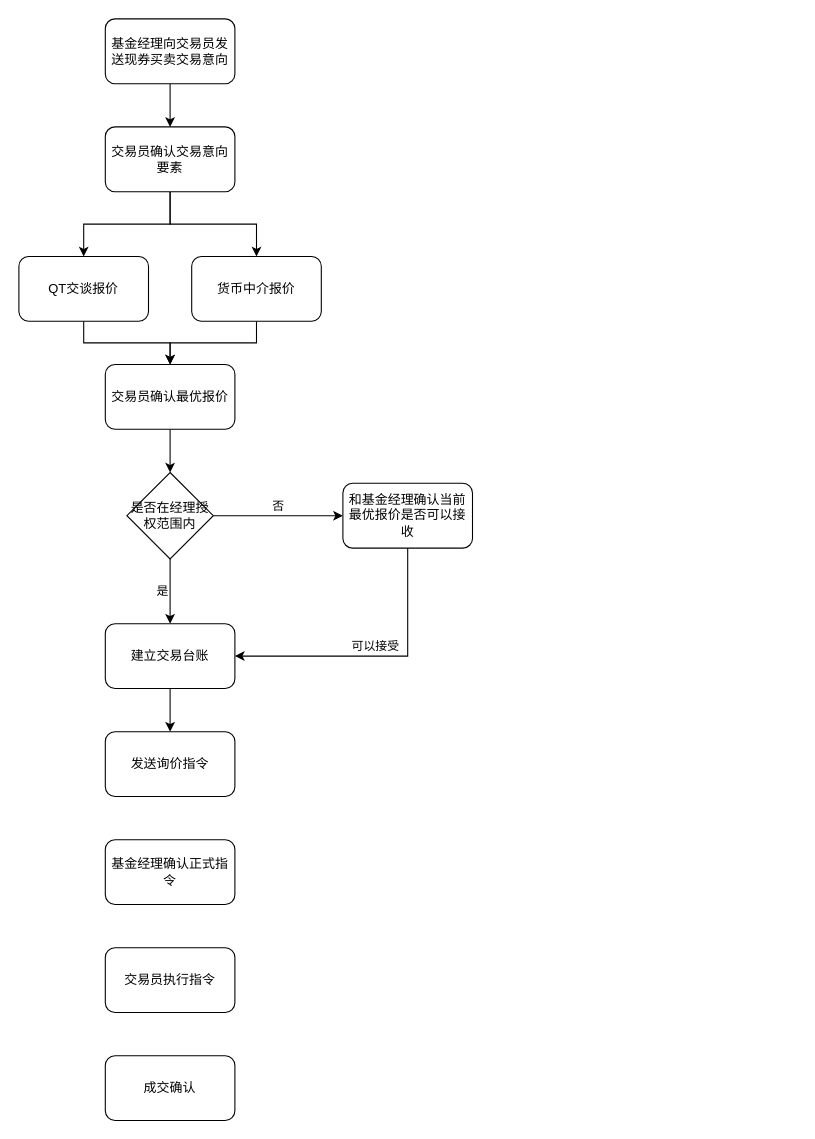
steven-turing/draw keeps this draw.io diagram as 现券交易流程图.drawio. Above is the earlier version. Source tidied: cells renumbered, new cells numbered last; positions are measured from the earlier drawing's top-left corner, leaving out a move shared by most shapes. Both pictures are drawn from the tidied source at 108%, with x=0, y=0 at pixel (18, 18).
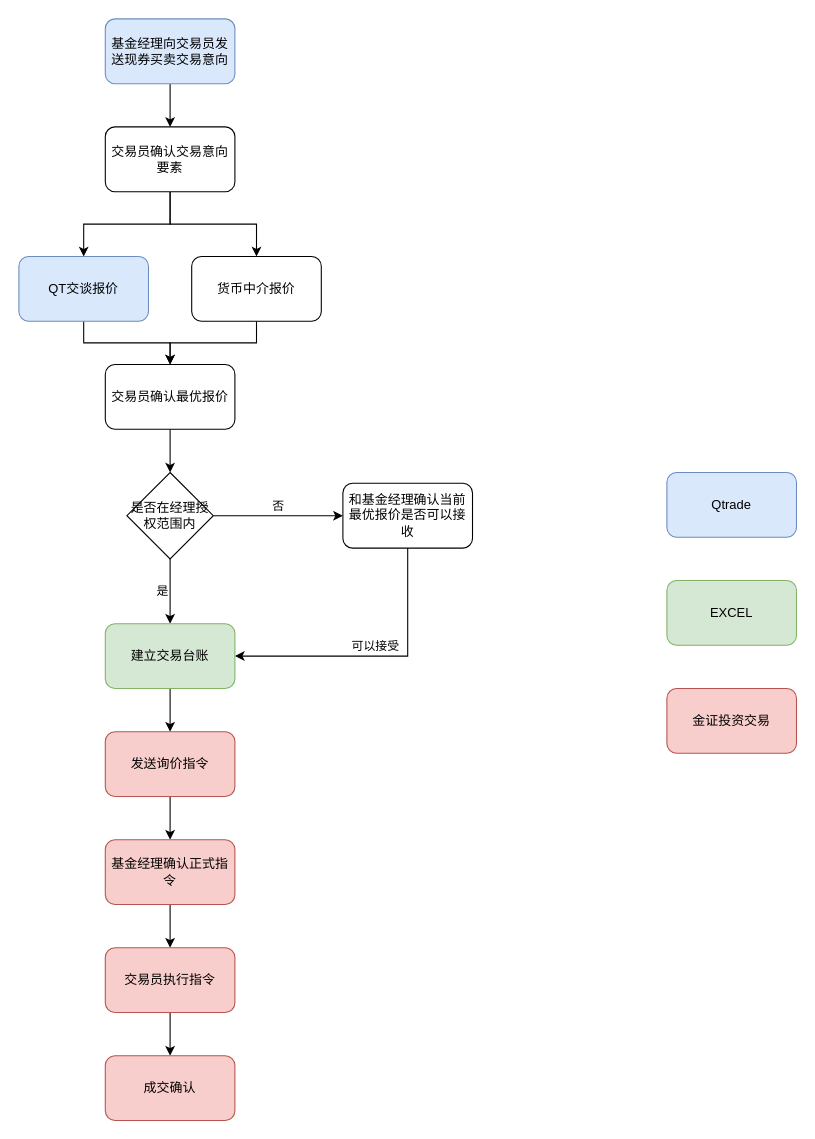
After the change.

Commit message (it also covers changes not shown here):
更新现券交易流程图.drawio

Diff of the diagram source:
```diff
@@
-    <mxCell id="3" value="基金经理向交易员发送现券买卖交易意向" style="rounded=1;whiteSpace=wrap;html=1;fontSize=12;glass=0;strokeWidth=1;shadow=0;" parent="1" vertex="1">
+    <mxCell id="3" value="基金经理向交易员发送现券买卖交易意向" style="rounded=1;whiteSpace=wrap;html=1;fontSize=12;glass=0;strokeWidth=1;shadow=0;fillColor=#dae8fc;strokeColor=#6c8ebf;" parent="1" vertex="1">
       <mxGeometry x="80" width="120" height="60" as="geometry" />
     </mxCell>
@@
-    <mxCell id="9" value="QT交谈报价" style="rounded=1;whiteSpace=wrap;html=1;" parent="1" vertex="1">
+    <mxCell id="9" value="QT交谈报价" style="rounded=1;whiteSpace=wrap;html=1;fillColor=#dae8fc;strokeColor=#6c8ebf;" parent="1" vertex="1">
       <mxGeometry y="220" width="120" height="60" as="geometry" />
     </mxCell>
@@
-    <mxCell id="20" value="建立交易台账" style="rounded=1;whiteSpace=wrap;html=1;" parent="1" vertex="1">
+    <mxCell id="20" value="建立交易台账" style="rounded=1;whiteSpace=wrap;html=1;fillColor=#d5e8d4;strokeColor=#82b366;" parent="1" vertex="1">
       <mxGeometry x="80" y="560" width="120" height="60" as="geometry" />
     </mxCell>
+    <mxCell id="25" style="edgeStyle=orthogonalEdgeStyle;rounded=0;jettySize=auto;html=1;" parent="1" edge="1" source="21" target="22">
+      <mxGeometry relative="1" as="geometry" />
+    </mxCell>
-    <mxCell id="21" value="发送询价指令" style="rounded=1;whiteSpace=wrap;html=1;" parent="1" vertex="1">
+    <mxCell id="21" value="发送询价指令" style="rounded=1;whiteSpace=wrap;html=1;labelBackgroundColor=none;fillColor=#f8cecc;strokeColor=#b85450;" parent="1" vertex="1">
       <mxGeometry x="80" y="660" width="120" height="60" as="geometry" />
     </mxCell>
+    <mxCell id="26" style="edgeStyle=orthogonalEdgeStyle;rounded=0;jettySize=auto;html=1;" parent="1" edge="1" source="22" target="23">
+      <mxGeometry relative="1" as="geometry" />
+    </mxCell>
-    <mxCell id="22" value="基金经理确认正式指令" style="rounded=1;whiteSpace=wrap;html=1;" parent="1" vertex="1">
+    <mxCell id="22" value="基金经理确认正式指令" style="rounded=1;whiteSpace=wrap;html=1;fillColor=#f8cecc;strokeColor=#b85450;" parent="1" vertex="1">
       <mxGeometry x="80" y="760" width="120" height="60" as="geometry" />
     </mxCell>
+    <mxCell id="27" style="edgeStyle=orthogonalEdgeStyle;rounded=0;jettySize=auto;html=1;" parent="1" edge="1" source="23" target="24">
+      <mxGeometry relative="1" as="geometry" />
+    </mxCell>
-    <mxCell id="23" value="交易员执行指令" style="rounded=1;whiteSpace=wrap;html=1;" parent="1" vertex="1">
+    <mxCell id="23" value="交易员执行指令" style="rounded=1;whiteSpace=wrap;html=1;fillColor=#f8cecc;strokeColor=#b85450;" parent="1" vertex="1">
       <mxGeometry x="80" y="860" width="120" height="60" as="geometry" />
     </mxCell>
-    <mxCell id="24" value="成交确认" style="rounded=1;whiteSpace=wrap;html=1;" parent="1" vertex="1">
+    <mxCell id="24" value="成交确认" style="rounded=1;whiteSpace=wrap;html=1;fillColor=#f8cecc;strokeColor=#b85450;" parent="1" vertex="1">
       <mxGeometry x="80" y="960" width="120" height="60" as="geometry" />
     </mxCell>
+    <mxCell id="28" value="EXCEL" style="rounded=1;whiteSpace=wrap;html=1;fillColor=#d5e8d4;strokeColor=#82b366;" parent="1" vertex="1">
+      <mxGeometry x="600" y="520" width="120" height="60" as="geometry" />
+    </mxCell>
+    <mxCell id="29" value="金证投资交易" style="rounded=1;whiteSpace=wrap;html=1;fillColor=#f8cecc;strokeColor=#b85450;" parent="1" vertex="1">
+      <mxGeometry x="600" y="620" width="120" height="60" as="geometry" />
+    </mxCell>
+    <mxCell id="30" value="Qtrade" style="rounded=1;whiteSpace=wrap;html=1;fillColor=#dae8fc;strokeColor=#6c8ebf;" parent="1" vertex="1">
+      <mxGeometry x="600" y="420" width="120" height="60" as="geometry" />
+    </mxCell>
```
